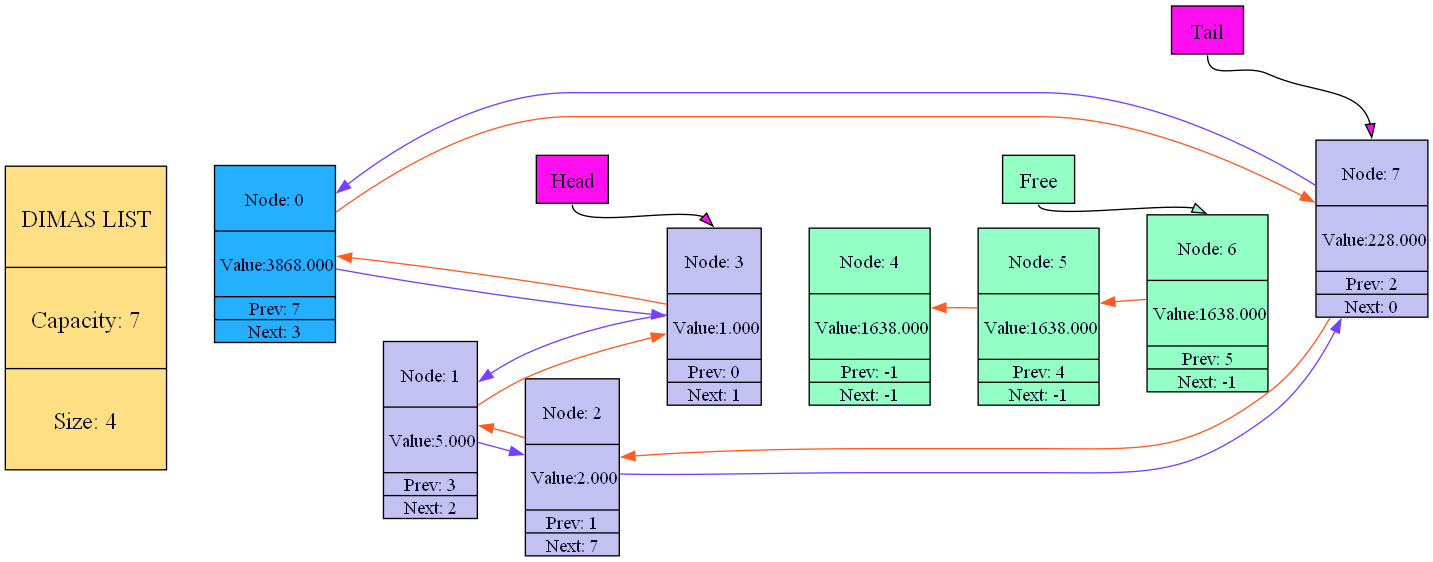
The Graphviz diagram 5-list/5-list/list_graph.png in dmjtsh/huawei_course, before a commit. Its source is kept beside it as 5-list/5-list/list_graph.gv.
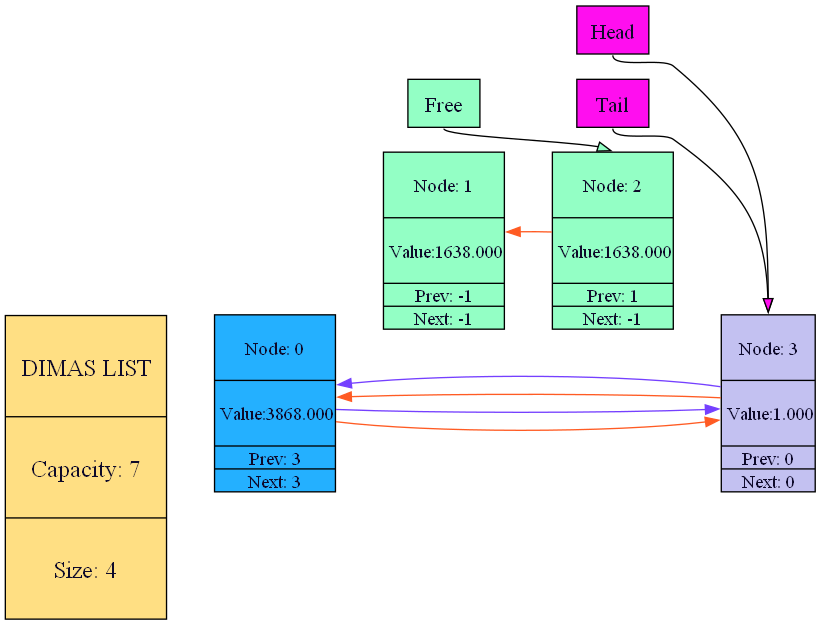
The same file after the commit.

What changed in the source:
```diff
@@ -1,37 +1,21 @@
 digraph ListGraph {
 rankdir="LR";
 node [shape="box", style="filled", fillcolor="#24b0ff", fontcolor="#0e0a2a", margin="0.01"];
-"Node0" [shape="record", label="\n Node: 0 \n\n|\n Value:3868.000\n\n | Prev: 7 | Next: 3"];
-node [shape="box", style="filled", fillcolor="#c3c1f1", fontcolor="#0e0a2a", margin="0.01"];
-"Node1" [shape="record", label="\n Node: 1 \n\n|\n Value:5.000\n\n | Prev: 3 | Next: 2"];
-node [shape="box", style="filled", fillcolor="#c3c1f1", fontcolor="#0e0a2a", margin="0.01"];
-"Node2" [shape="record", label="\n Node: 2 \n\n|\n Value:2.000\n\n | Prev: 1 | Next: 7"];
-node [shape="box", style="filled", fillcolor="#c3c1f1", fontcolor="#0e0a2a", margin="0.01"];
-"Node3" [shape="record", label="\n Node: 3 \n\n|\n Value:1.000\n\n | Prev: 0 | Next: 1"];
+"Node0" [shape="record", label="\n Node: 0 \n\n|\n Value:3868.000\n\n | Prev: 3 | Next: 3"];
 node [shape="box", style="filled", fillcolor="#c3c1f1", fontcolor="#0e0a2a", margin="0.01"];
 node [shape="box", style="filled", fillcolor="#93ffc5", fontcolor="#0e0a2a", margin="0.01"];
-"Node4" [shape="record", label="\n Node: 4 \n\n|\n Value:1638.000\n\n | Prev: -1 | Next: -1"];
+"Node1" [shape="record", label="\n Node: 1 \n\n|\n Value:1638.000\n\n | Prev: -1 | Next: -1"];
 node [shape="box", style="filled", fillcolor="#c3c1f1", fontcolor="#0e0a2a", margin="0.01"];
 node [shape="box", style="filled", fillcolor="#93ffc5", fontcolor="#0e0a2a", margin="0.01"];
-"Node5" [shape="record", label="\n Node: 5 \n\n|\n Value:1638.000\n\n | Prev: 4 | Next: -1"];
+"Node2" [shape="record", label="\n Node: 2 \n\n|\n Value:1638.000\n\n | Prev: 1 | Next: -1"];
 node [shape="box", style="filled", fillcolor="#c3c1f1", fontcolor="#0e0a2a", margin="0.01"];
-node [shape="box", style="filled", fillcolor="#93ffc5", fontcolor="#0e0a2a", margin="0.01"];
-"Node6" [shape="record", label="\n Node: 6 \n\n|\n Value:1638.000\n\n | Prev: 5 | Next: -1"];
+"Node3" [shape="record", label="\n Node: 3 \n\n|\n Value:1.000\n\n | Prev: 0 | Next: 0"];
 node [shape="box", style="filled", fillcolor="#c3c1f1", fontcolor="#0e0a2a", margin="0.01"];
-"Node7" [shape="record", label="\n Node: 7 \n\n|\n Value:228.000\n\n | Prev: 2 | Next: 0"];
-node [shape="box", style="filled", fillcolor="#c3c1f1", fontcolor="#0e0a2a", margin="0.01"];
-"Node0" -> "Node1" [color="#43ff6400"];"Node1" -> "Node2" [color="#43ff6400"];"Node2" -> "Node3" [color="#43ff6400"];"Node3" -> "Node4" [color="#43ff6400"];"Node4" -> "Node5" [color="#43ff6400"];"Node5" -> "Node6" [color="#43ff6400"];"Node6" -> "Node7" [color="#43ff6400"];"Node0" -> "Node7"  [color="#ff5b23" fontcolor="#ff5b23"];
+"Node0" -> "Node1" [color="#43ff6400"];"Node1" -> "Node2" [color="#43ff6400"];"Node2" -> "Node3" [color="#43ff6400"];"Node0" -> "Node3"  [color="#ff5b23" fontcolor="#ff5b23"];
 "Node0" -> "Node3" [color="#7540ff" fontcolor="#7540ff"];
-"Node1" -> "Node3"  [color="#ff5b23" fontcolor="#ff5b23"];
-"Node1" -> "Node2" [color="#7540ff" fontcolor="#7540ff"];
 "Node2" -> "Node1"  [color="#ff5b23" fontcolor="#ff5b23"];
-"Node2" -> "Node7" [color="#7540ff" fontcolor="#7540ff"];
 "Node3" -> "Node0"  [color="#ff5b23" fontcolor="#ff5b23"];
-"Node3" -> "Node1" [color="#7540ff" fontcolor="#7540ff"];
-"Node5" -> "Node4"  [color="#ff5b23" fontcolor="#ff5b23"];
-"Node6" -> "Node5"  [color="#ff5b23" fontcolor="#ff5b23"];
-"Node7" -> "Node2"  [color="#ff5b23" fontcolor="#ff5b23"];
-"Node7" -> "Node0" [color="#7540ff" fontcolor="#7540ff"];
+"Node3" -> "Node0" [color="#7540ff" fontcolor="#7540ff"];
 node [shape="box", style="filled", fillcolor="#ffdf83", fontcolor="#0e0a2a", margin="0.1"];
 List [shape=record, label="\n DIMAS LIST \n \n | \n Capacity: 7 \n \n | \n Size: 4 \n \n" , fontsize=18];
 node [shape=box, style=filled, fillcolor="#93ffc5", fontcolor="#0e0a2a", margin="0.01"];
@@ -41,7 +25,7 @@
 node [shape=box, style=filled, fillcolor="#ff0eef", fontcolor="#0e0a2a", margin="0.01"];
 Tail [shape=record, label="Tail", fontsize=16];
 "List" -> "Node0" [weight=1, color="#43ff6400", headport=n, tailport=n];
-"Free" -> "Node6" [headport=n, tailport=s, constraint=true, fillcolor="#93ffc5"];
-"Tail" -> "Node7" [headport=n, tailport=s, constraint=true, fillcolor="#ff0eef"];
+"Free" -> "Node2" [headport=n, tailport=s, constraint=true, fillcolor="#93ffc5"];
+"Tail" -> "Node3" [headport=n, tailport=s, constraint=true, fillcolor="#ff0eef"];
 "Head" -> "Node3" [headport=n, tailport=s, constraint=true, fillcolor="#ff0eef"];
 }
```
